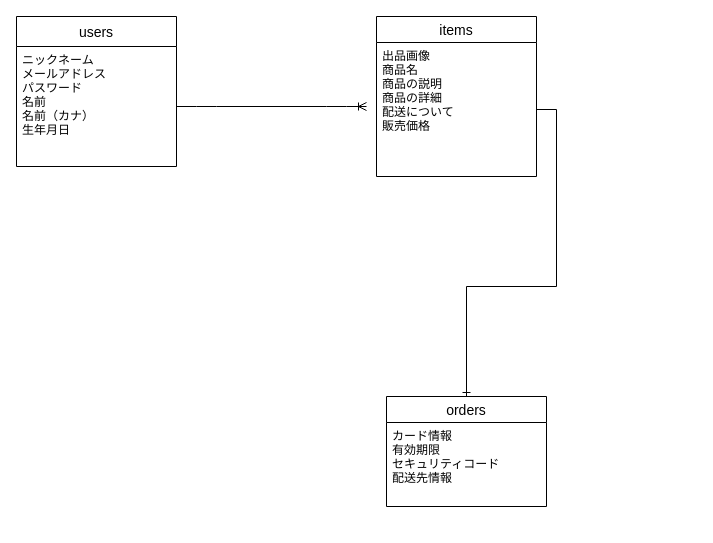
KamiyamaShun/furima-33941 keeps this draw.io diagram as test.dio. Above is the earlier version. Source tidied: cells renumbered, new cells numbered last; positions are measured from the earlier drawing's top-left corner, leaving out a move shared by most shapes. Both pictures are drawn from the tidied source at 100%, with x=0, y=0 at pixel (16, 16).
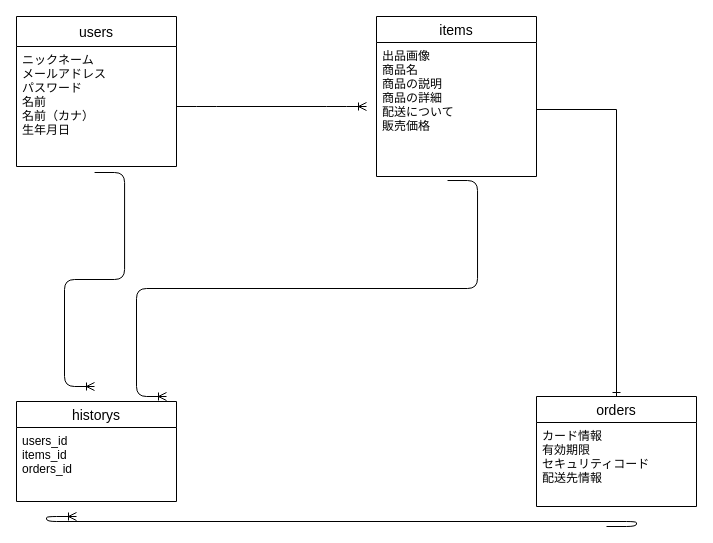
The same diagram, later.

Diff of the diagram source:
```diff
@@
 <mxGraphModel>
   <root>
     <mxCell id="0" />
     <mxCell id="1" parent="0" />
     <mxCell id="2" value="users" style="swimlane;fontStyle=0;horizontal=1;startSize=30;align=center;fontSize=14;" parent="1" vertex="1">
       <mxGeometry width="160" height="150" as="geometry" />
     </mxCell>
     <mxCell id="3" value="items" style="swimlane;fontStyle=0;horizontal=1;startSize=26;align=center;fontSize=14;" parent="1" vertex="1">
       <mxGeometry x="360" width="160" height="160" as="geometry" />
     </mxCell>
     <mxCell id="4" value="出品画像&#10;商品名&#10;商品の説明&#10;商品の詳細&#10;配送について&#10;販売価格" style="text;strokeColor=none;fillColor=none;spacingLeft=4;spacingRight=4;overflow=hidden;points=[[0,0.5],[1,0.5]];portConstraint=eastwest;fontSize=12;" parent="3" vertex="1">
       <mxGeometry y="26" width="160" height="134" as="geometry" />
     </mxCell>
     <mxCell id="5" value="orders" style="swimlane;fontStyle=0;horizontal=1;startSize=26;align=center;fontSize=14;" parent="1" vertex="1">
-      <mxGeometry x="370" y="380" width="160" height="110" as="geometry" />
+      <mxGeometry x="520" y="380" width="160" height="110" as="geometry" />
     </mxCell>
     <mxCell id="6" value="カード情報&#10;有効期限&#10;セキュリティコード&#10;配送先情報&#10;" style="text;strokeColor=none;fillColor=none;spacingLeft=4;spacingRight=4;overflow=hidden;fontSize=12;" parent="5" vertex="1">
       <mxGeometry y="26" width="160" height="84" as="geometry" />
     </mxCell>
     <mxCell id="7" value="ニックネーム&#10;メールアドレス&#10;パスワード&#10;名前&#10;名前（カナ）&#10;生年月日&#10;" style="text;strokeColor=none;fillColor=none;spacingLeft=4;spacingRight=4;overflow=hidden;points=[[0,0.5],[1,0.5]];portConstraint=eastwest;fontSize=12;" parent="1" vertex="1">
       <mxGeometry y="30" width="160" height="120" as="geometry" />
     </mxCell>
     <mxCell id="8" style="edgeStyle=entityRelationEdgeStyle;fontSize=12;html=1;endArrow=ERoneToMany;" parent="1" edge="1">
       <mxGeometry relative="1" as="geometry">
         <mxPoint x="160" y="90" as="sourcePoint" />
         <mxPoint x="350" y="90" as="targetPoint" />
       </mxGeometry>
     </mxCell>
     <mxCell id="9" style="edgeStyle=orthogonalEdgeStyle;rounded=0;jettySize=auto;html=1;entryX=0.5;entryY=0;entryDx=0;entryDy=0;endArrow=ERone;endFill=0;" parent="1" edge="1" source="4" target="5">
       <mxGeometry relative="1" as="geometry" />
     </mxCell>
+    <mxCell id="10" value="historys" style="swimlane;fontStyle=0;horizontal=1;startSize=26;align=center;fontSize=14;" parent="1" vertex="1">
+      <mxGeometry y="385" width="160" height="100" as="geometry" />
+    </mxCell>
+    <mxCell id="11" value="users_id&#10;items_id&#10;orders_id" style="text;strokeColor=none;fillColor=none;spacingLeft=4;spacingRight=4;overflow=hidden;fontSize=12;" parent="10" vertex="1">
+      <mxGeometry y="26" width="160" height="74" as="geometry" />
+    </mxCell>
+    <mxCell id="12" style="edgeStyle=entityRelationEdgeStyle;fontSize=12;html=1;endArrow=ERoneToMany;exitX=0.488;exitY=1.05;exitDx=0;exitDy=0;exitPerimeter=0;" parent="1" edge="1" source="7">
+      <mxGeometry relative="1" as="geometry">
+        <mxPoint x="78" y="370" as="targetPoint" />
+      </mxGeometry>
+    </mxCell>
+    <mxCell id="13" style="edgeStyle=entityRelationEdgeStyle;fontSize=12;html=1;endArrow=ERoneToMany;" parent="1" edge="1">
+      <mxGeometry relative="1" as="geometry">
+        <mxPoint x="590" y="510" as="sourcePoint" />
+        <mxPoint x="60" y="500" as="targetPoint" />
+      </mxGeometry>
+    </mxCell>
+    <mxCell id="14" style="edgeStyle=entityRelationEdgeStyle;fontSize=12;html=1;endArrow=ERoneToMany;exitX=0.444;exitY=1.03;exitDx=0;exitDy=0;exitPerimeter=0;" parent="1" edge="1" source="4">
+      <mxGeometry relative="1" as="geometry">
+        <mxPoint x="150" y="380" as="targetPoint" />
+      </mxGeometry>
+    </mxCell>
   </root>
 </mxGraphModel>
```
